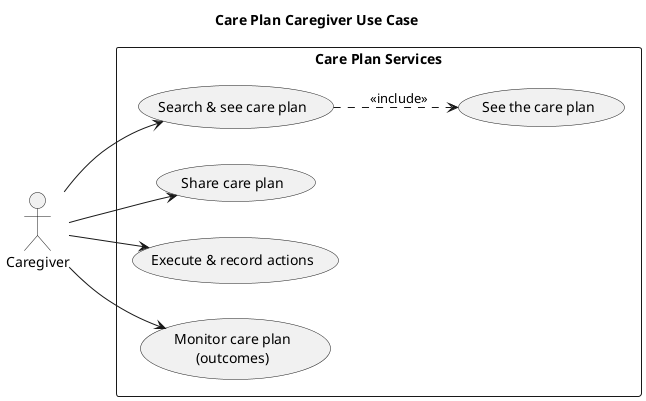
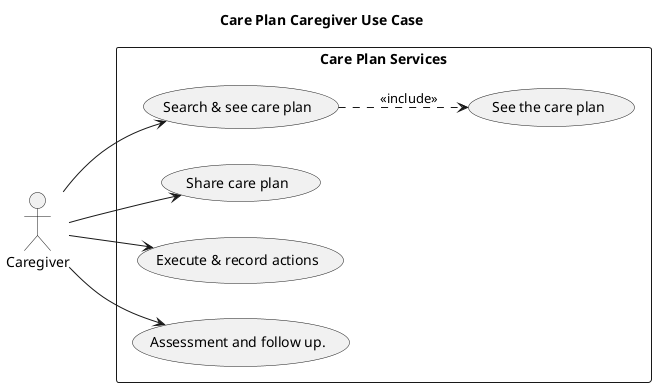
@startuml
title Care Plan Caregiver Use Case

left to right direction
skinparam packageStyle rectangle

actor Caregiver as CARG

rectangle "Care Plan Services" {
  usecase "Search & see care plan" as UC_View
  usecase "Share care plan" as UC_Share
  usecase "Execute & record actions" as UC_Exec
  usecase "See the care plan" as UC_See
-   usecase "Monitor care plan\n(outcomes)" as UC_Monitor
+   usecase "Assessment and follow up." as UC_Monitor
}

CARG --> UC_View
CARG --> UC_Share
CARG --> UC_Exec
CARG --> UC_Monitor

UC_View ..> UC_See    : <<include>>
@enduml
